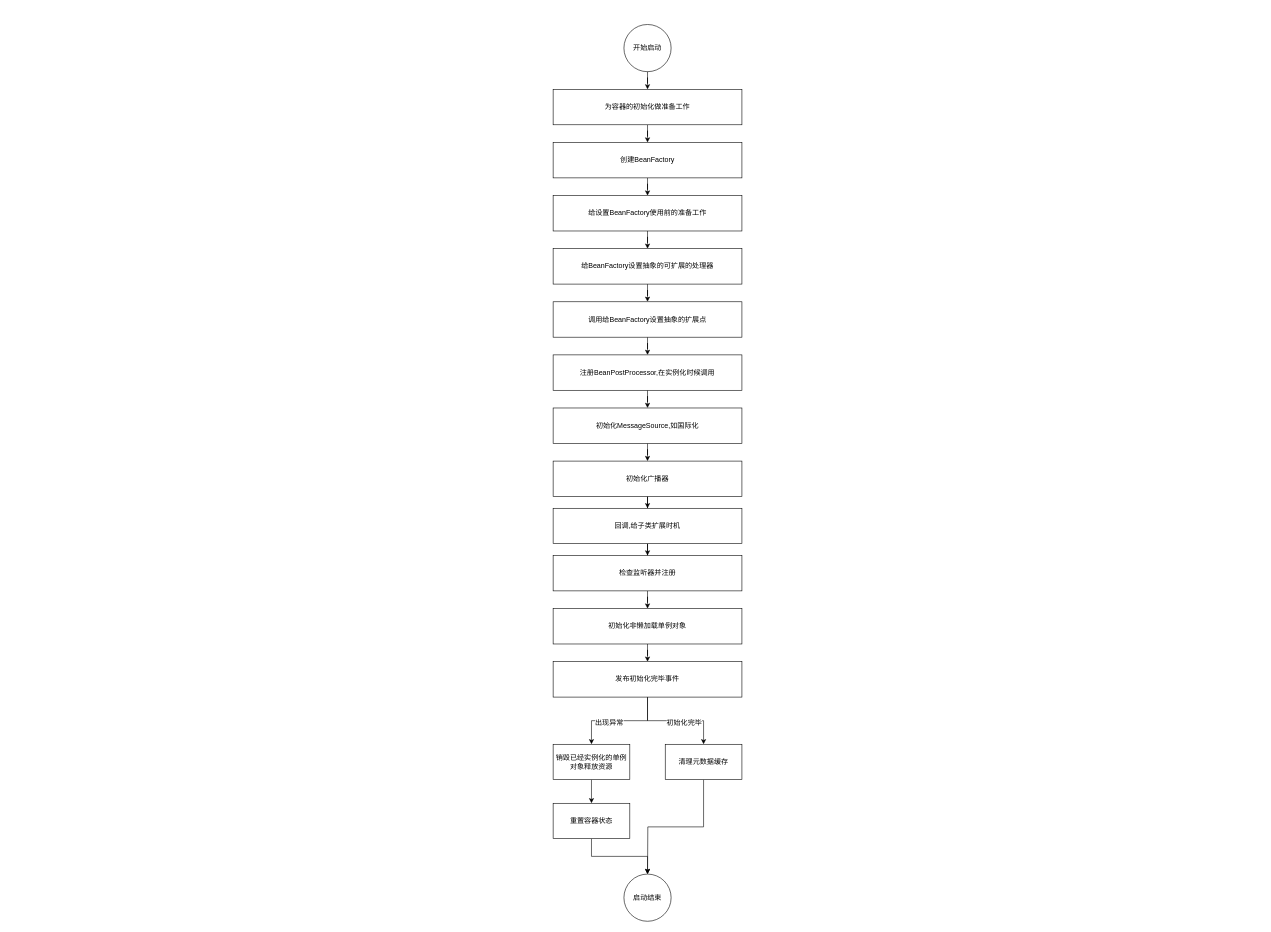
The draw.io diagram spring/drawio/spring-ioc.drawio in QQ1350995917/gitbook, before the edit. Source tidied: cells renumbered, new cells numbered last; positions are measured from the earlier drawing's top-left corner, leaving out a move shared by most shapes. Both pictures are drawn from the tidied source at 59%, with x=0, y=0 at pixel (553, 24).
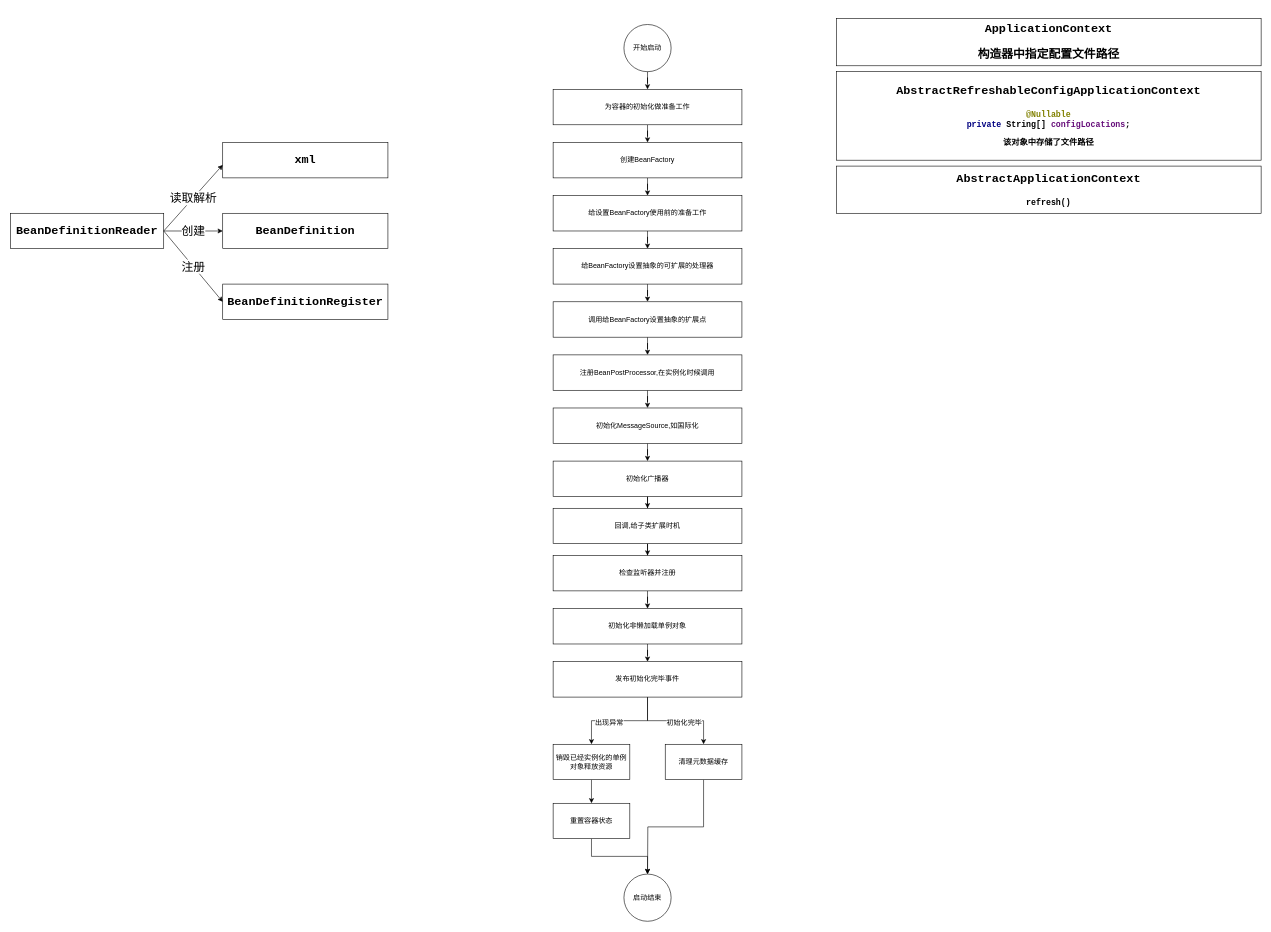
Above is the later version.

What changed in the source:
```diff
@@
+    <mxCell id="38" value="&lt;pre style=&quot;background-color: rgb(255 , 255 , 255) ; font-family: &amp;#34;courier new&amp;#34; ; font-size: 20px&quot;&gt;AbstractRefreshableConfigApplicationContext&lt;/pre&gt;&lt;pre style=&quot;background-color: rgb(255 , 255 , 255) ; font-family: &amp;#34;courier new&amp;#34; ; font-size: 20px&quot;&gt;&lt;pre style=&quot;font-family: &amp;#34;courier new&amp;#34; ; font-size: 10.5pt&quot;&gt;&lt;span style=&quot;color: #808000&quot;&gt;@Nullable&lt;br&gt;&lt;/span&gt;&lt;span style=&quot;color: rgb(0 , 0 , 128)&quot;&gt;private &lt;/span&gt;String[] &lt;span style=&quot;color: rgb(102 , 14 , 122)&quot;&gt;configLocations&lt;/span&gt;;&lt;/pre&gt;&lt;pre style=&quot;font-family: &amp;#34;courier new&amp;#34; ; font-size: 10.5pt&quot;&gt;该对象中存储了文件路径&lt;/pre&gt;&lt;/pre&gt;" style="rounded=0;whiteSpace=wrap;html=1;fontSize=20;fontStyle=1;" parent="1" vertex="1">
+      <mxGeometry x="480" y="80" width="720" height="150" as="geometry" />
+    </mxCell>
+    <mxCell id="39" value="&lt;pre style=&quot;background-color: rgb(255 , 255 , 255) ; font-family: &amp;#34;courier new&amp;#34; ; font-size: 20px&quot;&gt;ApplicationContext&lt;/pre&gt;&lt;pre style=&quot;background-color: rgb(255 , 255 , 255) ; font-family: &amp;#34;courier new&amp;#34; ; font-size: 20px&quot;&gt;构造器中指定配置文件路径&lt;/pre&gt;" style="rounded=0;whiteSpace=wrap;html=1;fontSize=20;fontStyle=1;" parent="1" vertex="1">
+      <mxGeometry x="480" y="-10" width="720" height="80" as="geometry" />
+    </mxCell>
+    <mxCell id="40" value="&lt;pre style=&quot;background-color: rgb(255 , 255 , 255) ; font-family: &amp;#34;courier new&amp;#34; ; font-size: 20px&quot;&gt;AbstractApplicationContext&lt;/pre&gt;&lt;pre style=&quot;background-color: rgb(255 , 255 , 255) ; font-family: &amp;#34;courier new&amp;#34; ; font-size: 20px&quot;&gt;&lt;pre style=&quot;font-family: &amp;#34;courier new&amp;#34; ; font-size: 10.5pt&quot;&gt;refresh()&lt;/pre&gt;&lt;/pre&gt;" style="rounded=0;whiteSpace=wrap;html=1;fontSize=20;fontStyle=1;" parent="1" vertex="1">
+      <mxGeometry x="480" y="240" width="720" height="80" as="geometry" />
+    </mxCell>
+    <mxCell id="41" value="&lt;pre style=&quot;background-color: rgb(255, 255, 255); font-family: &amp;quot;courier new&amp;quot;; font-size: 20px;&quot;&gt;BeanDefinitionReader&lt;/pre&gt;" style="rounded=0;whiteSpace=wrap;html=1;fontSize=20;fontStyle=1;" parent="1" vertex="1">
+      <mxGeometry x="-920" y="320" width="260" height="60" as="geometry" />
+    </mxCell>
+    <mxCell id="42" value="&lt;pre style=&quot;background-color: rgb(255 , 255 , 255) ; font-family: &amp;#34;courier new&amp;#34; ; font-size: 20px&quot;&gt;xml&lt;/pre&gt;" style="rounded=0;whiteSpace=wrap;html=1;fontSize=20;fontStyle=1;" parent="1" vertex="1">
+      <mxGeometry x="-560" y="200" width="280" height="60" as="geometry" />
+    </mxCell>
+    <mxCell id="43" value="&lt;pre style=&quot;background-color: rgb(255 , 255 , 255) ; font-family: &amp;#34;courier new&amp;#34; ; font-size: 20px&quot;&gt;BeanDefinition&lt;/pre&gt;" style="rounded=0;whiteSpace=wrap;html=1;fontSize=20;fontStyle=1;" parent="1" vertex="1">
+      <mxGeometry x="-560" y="320" width="280" height="60" as="geometry" />
+    </mxCell>
+    <mxCell id="44" value="&lt;pre style=&quot;background-color: rgb(255 , 255 , 255) ; font-family: &amp;#34;courier new&amp;#34; ; font-size: 20px&quot;&gt;BeanDefinitionRegister&lt;/pre&gt;" style="rounded=0;whiteSpace=wrap;html=1;fontSize=20;fontStyle=1;" parent="1" vertex="1">
+      <mxGeometry x="-560" y="440" width="280" height="60" as="geometry" />
+    </mxCell>
+    <mxCell id="45" value="读取解析" style="endArrow=classic;html=1;fontSize=20;entryX=0;entryY=0.633;entryDx=0;entryDy=0;entryPerimeter=0;exitX=1;exitY=0.5;exitDx=0;exitDy=0;" parent="1" edge="1" source="41" target="42">
+      <mxGeometry relative="1" as="geometry" />
+    </mxCell>
+    <mxCell id="46" value="创建" style="endArrow=classic;html=1;fontSize=20;entryX=0;entryY=0.5;entryDx=0;entryDy=0;exitX=1;exitY=0.5;exitDx=0;exitDy=0;" parent="1" edge="1" source="41" target="43">
+      <mxGeometry relative="1" as="geometry" />
+    </mxCell>
+    <mxCell id="47" value="注册" style="endArrow=classic;html=1;fontSize=20;entryX=0;entryY=0.5;entryDx=0;entryDy=0;exitX=1;exitY=0.5;exitDx=0;exitDy=0;" parent="1" edge="1" source="41" target="44">
+      <mxGeometry relative="1" as="geometry" />
+    </mxCell>
```
